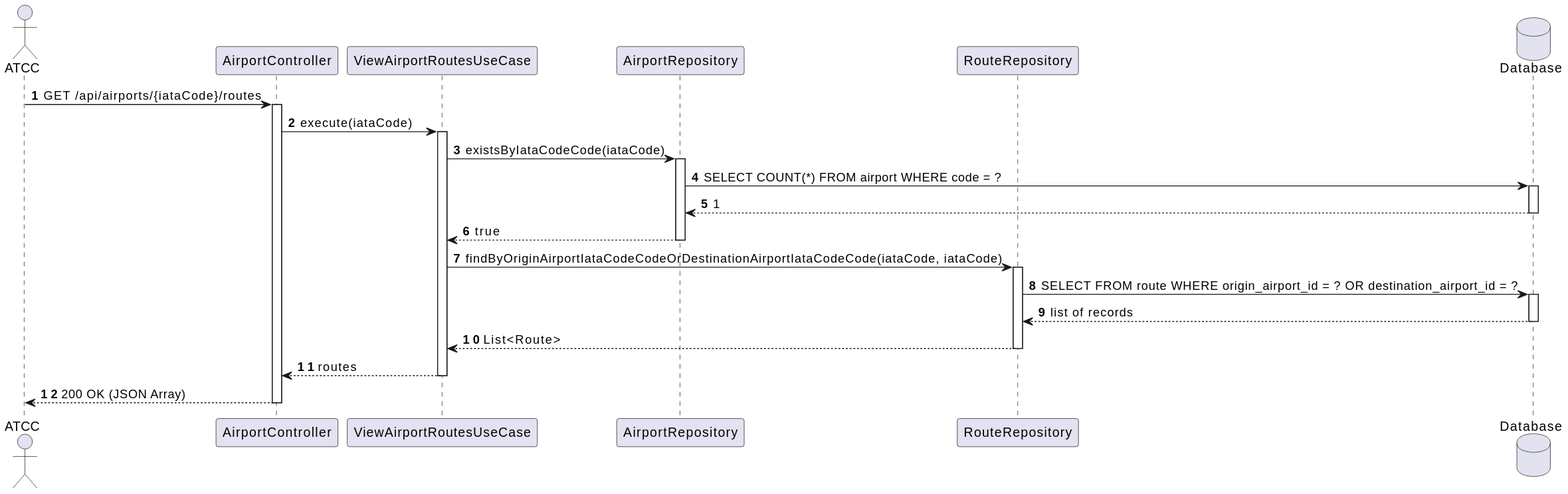
VascoMagolo/psoft_1231562_1241692_1242036_2db keeps this PlantUML diagram as docs/system-documentation/use-cases/WP2B/US209/svg/sd_us209.svg. Above is the earlier version.
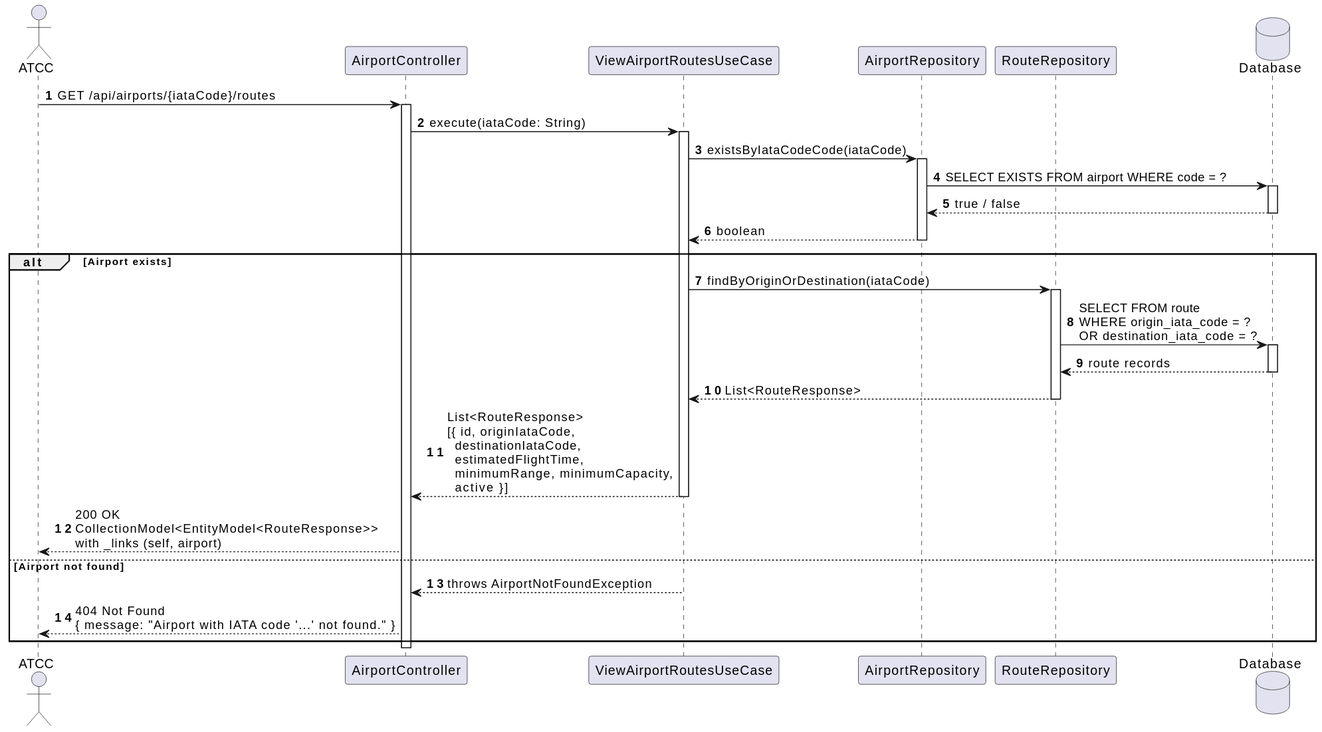
After the change.

Diff of the diagram source:
```diff
@@ -10,30 +10,36 @@
 ATCC -> Ctrl : GET /api/airports/{iataCode}/routes
 activate Ctrl
 
-Ctrl -> UC : execute(iataCode)
+Ctrl -> UC : execute(iataCode: String)
 activate UC
 
 UC -> AirportRepo : existsByIataCodeCode(iataCode)
 activate AirportRepo
-AirportRepo -> DB : SELECT COUNT(*) FROM airport WHERE code = ?
+AirportRepo -> DB : SELECT EXISTS FROM airport WHERE code = ?
 activate DB
-DB --> AirportRepo : 1
+DB --> AirportRepo : true / false
 deactivate DB
-AirportRepo --> UC : true
+AirportRepo --> UC : boolean
 deactivate AirportRepo
 
-UC -> RouteRepo : findByOriginAirportIataCodeCodeOrDestinationAirportIataCodeCode(iataCode, iataCode)
-activate RouteRepo
-RouteRepo -> DB : SELECT FROM route WHERE origin_airport_id = ? OR destination_airport_id = ?
-activate DB
-DB --> RouteRepo : list of records
-deactivate DB
-RouteRepo --> UC : List<Route>
-deactivate RouteRepo
+alt Airport exists
+  UC -> RouteRepo : findByOriginOrDestination(iataCode)
+  activate RouteRepo
+  RouteRepo -> DB : SELECT FROM route\nWHERE origin_iata_code = ?\nOR destination_iata_code = ?
+  activate DB
+  DB --> RouteRepo : route records
+  deactivate DB
+  RouteRepo --> UC : List<RouteResponse>
+  deactivate RouteRepo
 
-UC --> Ctrl : routes
-deactivate UC
+  UC --> Ctrl : List<RouteResponse>\n[{ id, originIataCode,\n  destinationIataCode,\n  estimatedFlightTime,\n  minimumRange, minimumCapacity,\n  active }]
+  deactivate UC
 
-Ctrl --> ATCC : 200 OK (JSON Array)
+  Ctrl --> ATCC : 200 OK\nCollectionModel<EntityModel<RouteResponse>>\nwith _links (self, airport)
+else Airport not found
+  UC --> Ctrl : throws AirportNotFoundException
+  Ctrl --> ATCC : 404 Not Found\n{ message: "Airport with IATA code '...' not found." }
+end
+
 deactivate Ctrl
 @enduml
```
